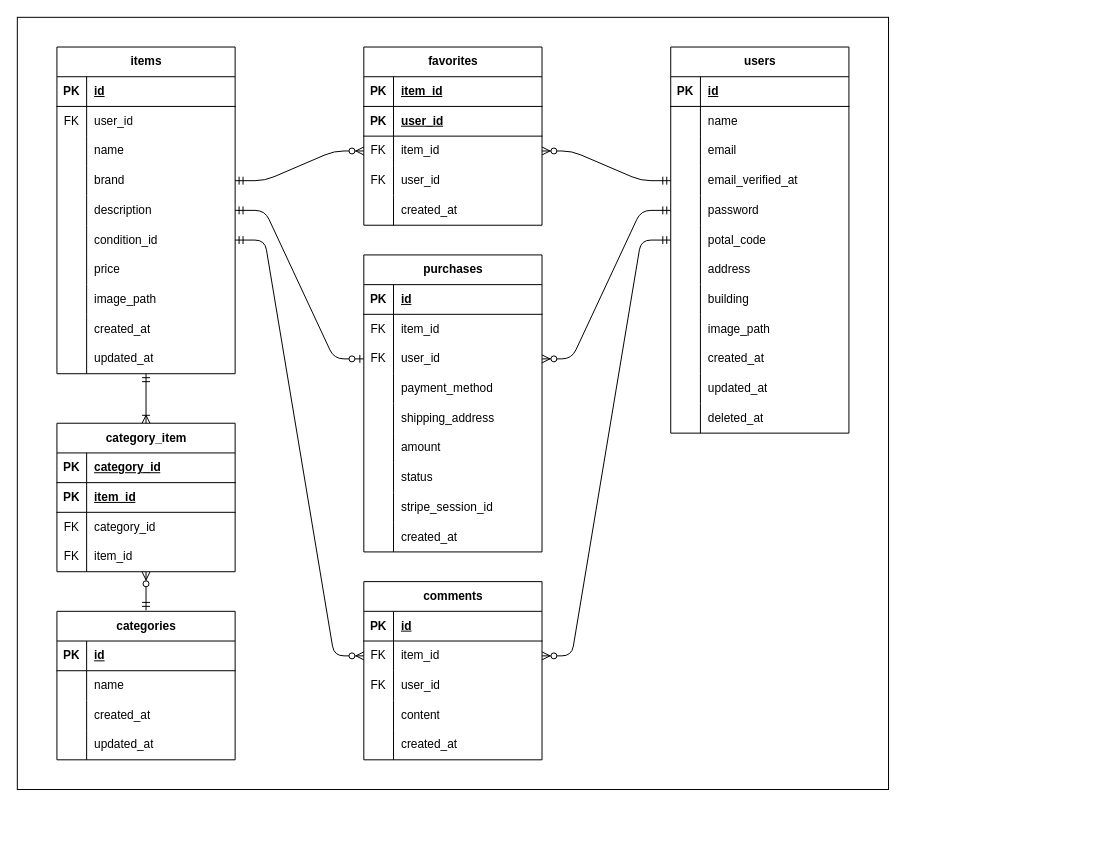
Before: src/furima.drawio in K-RKY/coachtech-furima, a draw.io diagram. Source tidied: cells renumbered, new cells numbered last; positions are measured from the earlier drawing's top-left corner, leaving out a move shared by most shapes. Both pictures are drawn from the tidied source at 99%, with x=0, y=0 at pixel (17, 17).
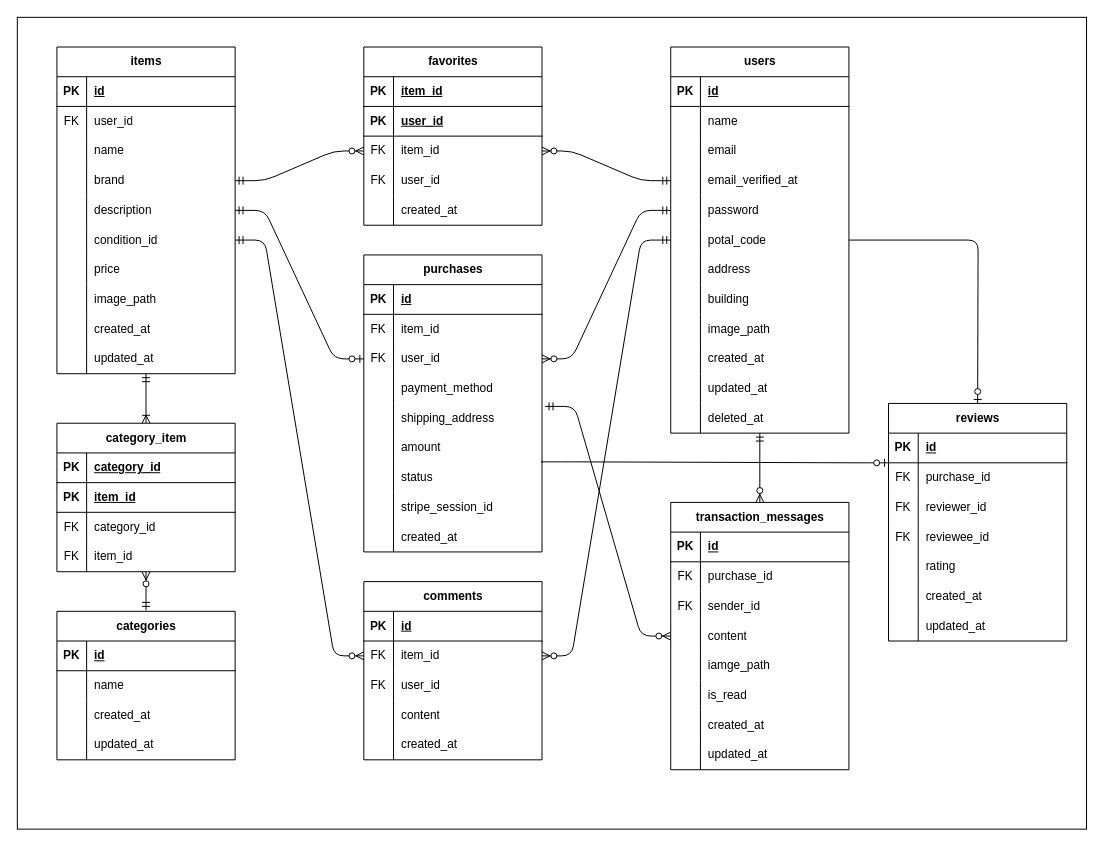
The same page after the edit.

Unchanged cells that the change refers to:
```xml
<mxCell id="19" style="shape=tableRow;horizontal=0;startSize=0;swimlaneHead=0;swimlaneBody=0;fillColor=none;points=[[0,0.5],[1,0.5]];portConstraint=eastwest;top=0;left=0;right=0;bottom=0;" parent="3" vertex="1">
  <mxGeometry y="180" width="180" height="30" as="geometry" />
</mxCell>
<mxCell id="37" style="shape=tableRow;horizontal=0;startSize=0;swimlaneHead=0;swimlaneBody=0;fillColor=none;points=[[0,0.5],[1,0.5]];portConstraint=eastwest;top=0;left=0;right=0;bottom=0;" parent="3" vertex="1">
  <mxGeometry y="360" width="180" height="30" as="geometry" />
</mxCell>
<mxCell id="84" style="shape=tableRow;horizontal=0;startSize=0;swimlaneHead=0;swimlaneBody=0;fillColor=none;points=[[0,0.5],[1,0.5]];portConstraint=eastwest;top=0;left=0;right=0;bottom=0;" parent="71" vertex="1">
  <mxGeometry y="150" width="180" height="30" as="geometry" />
</mxCell>
<mxCell id="90" style="shape=tableRow;horizontal=0;startSize=0;swimlaneHead=0;swimlaneBody=0;fillColor=none;points=[[0,0.5],[1,0.5]];portConstraint=eastwest;top=0;left=0;right=0;bottom=0;" parent="71" vertex="1">
  <mxGeometry y="210" width="180" height="30" as="geometry" />
</mxCell>
```

Change to the diagram source:
```diff
@@
     <mxCell id="2" style="rounded=0;whiteSpace=wrap;html=1;" parent="1" vertex="1">
-      <mxGeometry width="880" height="780" as="geometry" />
+      <mxGeometry width="1080" height="820" as="geometry" />
     </mxCell>
@@
+    <mxCell id="165" value="transaction_messages" style="shape=table;startSize=30;childLayout=tableLayout;rowLines=0;fontStyle=1;align=center;html=1;" parent="1" vertex="1">
+      <mxGeometry x="660" y="490" width="180" height="270" as="geometry" />
+    </mxCell>
+    <mxCell id="166" style="shape=tableRow;horizontal=0;startSize=0;swimlaneHead=0;swimlaneBody=0;fillColor=none;top=0;left=0;right=0;bottom=1;" parent="165" vertex="1">
+      <mxGeometry y="30" width="180" height="30" as="geometry" />
+    </mxCell>
+    <mxCell id="167" value="PK" style="shape=partialRectangle;fillColor=none;top=0;left=0;bottom=0;right=0;fontStyle=1;overflow=hidden;whiteSpace=wrap;html=1;" parent="166" vertex="1">
+      <mxGeometry width="30" height="30" as="geometry" />
+    </mxCell>
+    <mxCell id="168" value="id" style="shape=partialRectangle;fillColor=none;top=0;left=0;bottom=0;right=0;align=left;spacingLeft=6;fontStyle=5;overflow=hidden;whiteSpace=wrap;html=1;" parent="166" vertex="1">
+      <mxGeometry x="30" width="150" height="30" as="geometry" />
+    </mxCell>
+    <mxCell id="169" style="shape=tableRow;horizontal=0;startSize=0;swimlaneHead=0;swimlaneBody=0;fillColor=none;top=0;left=0;right=0;bottom=0;" parent="165" vertex="1">
+      <mxGeometry y="60" width="180" height="30" as="geometry" />
+    </mxCell>
+    <mxCell id="170" value="FK" style="shape=partialRectangle;fillColor=none;top=0;left=0;bottom=0;right=0;overflow=hidden;whiteSpace=wrap;html=1;" parent="169" vertex="1">
+      <mxGeometry width="30" height="30" as="geometry" />
+    </mxCell>
+    <mxCell id="171" value="purchase_id" style="shape=partialRectangle;fillColor=none;top=0;left=0;bottom=0;right=0;align=left;spacingLeft=6;overflow=hidden;whiteSpace=wrap;html=1;" parent="169" vertex="1">
+      <mxGeometry x="30" width="150" height="30" as="geometry" />
+    </mxCell>
+    <mxCell id="172" style="shape=tableRow;horizontal=0;startSize=0;swimlaneHead=0;swimlaneBody=0;fillColor=none;top=0;left=0;right=0;bottom=0;" parent="165" vertex="1">
+      <mxGeometry y="90" width="180" height="30" as="geometry" />
+    </mxCell>
+    <mxCell id="173" value="FK" style="shape=partialRectangle;fillColor=none;top=0;left=0;bottom=0;right=0;overflow=hidden;whiteSpace=wrap;html=1;" parent="172" vertex="1">
+      <mxGeometry width="30" height="30" as="geometry" />
+    </mxCell>
+    <mxCell id="174" value="sender_id" style="shape=partialRectangle;fillColor=none;top=0;left=0;bottom=0;right=0;align=left;spacingLeft=6;overflow=hidden;whiteSpace=wrap;html=1;" parent="172" vertex="1">
+      <mxGeometry x="30" width="150" height="30" as="geometry" />
+    </mxCell>
+    <mxCell id="175" style="shape=tableRow;horizontal=0;startSize=0;swimlaneHead=0;swimlaneBody=0;fillColor=none;points=[[0,0.5],[1,0.5]];portConstraint=eastwest;top=0;left=0;right=0;bottom=0;" parent="165" vertex="1">
+      <mxGeometry y="120" width="180" height="30" as="geometry" />
+    </mxCell>
+    <mxCell id="176" style="shape=partialRectangle;fillColor=none;top=0;left=0;bottom=0;right=0;overflow=hidden;whiteSpace=wrap;html=1;" parent="175" vertex="1">
+      <mxGeometry width="30" height="30" as="geometry" />
+    </mxCell>
+    <mxCell id="177" value="content" style="shape=partialRectangle;fillColor=none;top=0;left=0;bottom=0;right=0;align=left;spacingLeft=6;overflow=hidden;whiteSpace=wrap;html=1;" parent="175" vertex="1">
+      <mxGeometry x="30" width="150" height="30" as="geometry" />
+    </mxCell>
+    <mxCell id="178" style="shape=tableRow;horizontal=0;startSize=0;swimlaneHead=0;swimlaneBody=0;fillColor=none;top=0;left=0;right=0;bottom=0;" parent="165" vertex="1">
+      <mxGeometry y="150" width="180" height="30" as="geometry" />
+    </mxCell>
+    <mxCell id="179" style="shape=partialRectangle;fillColor=none;top=0;left=0;bottom=0;right=0;overflow=hidden;whiteSpace=wrap;html=1;" parent="178" vertex="1">
+      <mxGeometry width="30" height="30" as="geometry" />
+    </mxCell>
+    <mxCell id="180" value="iamge_path" style="shape=partialRectangle;fillColor=none;top=0;left=0;bottom=0;right=0;align=left;spacingLeft=6;overflow=hidden;whiteSpace=wrap;html=1;" parent="178" vertex="1">
+      <mxGeometry x="30" width="150" height="30" as="geometry" />
+    </mxCell>
+    <mxCell id="181" style="shape=tableRow;horizontal=0;startSize=0;swimlaneHead=0;swimlaneBody=0;fillColor=none;top=0;left=0;right=0;bottom=0;" parent="165" vertex="1">
+      <mxGeometry y="180" width="180" height="30" as="geometry" />
+    </mxCell>
+    <mxCell id="182" style="shape=partialRectangle;fillColor=none;top=0;left=0;bottom=0;right=0;overflow=hidden;whiteSpace=wrap;html=1;" parent="181" vertex="1">
+      <mxGeometry width="30" height="30" as="geometry" />
+    </mxCell>
+    <mxCell id="183" value="is_read" style="shape=partialRectangle;fillColor=none;top=0;left=0;bottom=0;right=0;align=left;spacingLeft=6;overflow=hidden;whiteSpace=wrap;html=1;" parent="181" vertex="1">
+      <mxGeometry x="30" width="150" height="30" as="geometry" />
+    </mxCell>
+    <mxCell id="184" style="shape=tableRow;horizontal=0;startSize=0;swimlaneHead=0;swimlaneBody=0;fillColor=none;top=0;left=0;right=0;bottom=0;" parent="165" vertex="1">
+      <mxGeometry y="210" width="180" height="30" as="geometry" />
+    </mxCell>
+    <mxCell id="185" style="shape=partialRectangle;fillColor=none;top=0;left=0;bottom=0;right=0;overflow=hidden;whiteSpace=wrap;html=1;" parent="184" vertex="1">
+      <mxGeometry width="30" height="30" as="geometry" />
+    </mxCell>
+    <mxCell id="186" value="created_at" style="shape=partialRectangle;fillColor=none;top=0;left=0;bottom=0;right=0;align=left;spacingLeft=6;overflow=hidden;whiteSpace=wrap;html=1;" parent="184" vertex="1">
+      <mxGeometry x="30" width="150" height="30" as="geometry" />
+    </mxCell>
+    <mxCell id="187" style="shape=tableRow;horizontal=0;startSize=0;swimlaneHead=0;swimlaneBody=0;fillColor=none;top=0;left=0;right=0;bottom=0;" parent="165" vertex="1">
+      <mxGeometry y="240" width="180" height="30" as="geometry" />
+    </mxCell>
+    <mxCell id="188" style="shape=partialRectangle;fillColor=none;top=0;left=0;bottom=0;right=0;overflow=hidden;whiteSpace=wrap;html=1;" parent="187" vertex="1">
+      <mxGeometry width="30" height="30" as="geometry" />
+    </mxCell>
+    <mxCell id="189" value="updated_at" style="shape=partialRectangle;fillColor=none;top=0;left=0;bottom=0;right=0;align=left;spacingLeft=6;overflow=hidden;whiteSpace=wrap;html=1;" parent="187" vertex="1">
+      <mxGeometry x="30" width="150" height="30" as="geometry" />
+    </mxCell>
+    <mxCell id="190" value="reviews" style="shape=table;startSize=30;childLayout=tableLayout;rowLines=0;fontStyle=1;align=center;html=1;" parent="1" vertex="1">
+      <mxGeometry x="880" y="390" width="180" height="240" as="geometry" />
+    </mxCell>
+    <mxCell id="191" style="shape=tableRow;horizontal=0;startSize=0;swimlaneHead=0;swimlaneBody=0;fillColor=none;top=0;left=0;right=0;bottom=1;" parent="190" vertex="1">
+      <mxGeometry y="30" width="180" height="30" as="geometry" />
+    </mxCell>
+    <mxCell id="192" value="PK" style="shape=partialRectangle;fillColor=none;top=0;left=0;bottom=0;right=0;fontStyle=1;overflow=hidden;whiteSpace=wrap;html=1;" parent="191" vertex="1">
+      <mxGeometry width="30" height="30" as="geometry" />
+    </mxCell>
+    <mxCell id="193" value="id" style="shape=partialRectangle;fillColor=none;top=0;left=0;bottom=0;right=0;align=left;spacingLeft=6;fontStyle=5;overflow=hidden;whiteSpace=wrap;html=1;" parent="191" vertex="1">
+      <mxGeometry x="30" width="150" height="30" as="geometry" />
+    </mxCell>
+    <mxCell id="194" style="shape=tableRow;horizontal=0;startSize=0;swimlaneHead=0;swimlaneBody=0;fillColor=none;points=[[0,0.5],[1,0.5]];portConstraint=eastwest;top=0;left=0;right=0;bottom=0;" parent="190" vertex="1">
+      <mxGeometry y="60" width="180" height="30" as="geometry" />
+    </mxCell>
+    <mxCell id="195" value="FK" style="shape=partialRectangle;fillColor=none;top=0;left=0;bottom=0;right=0;overflow=hidden;whiteSpace=wrap;html=1;" parent="194" vertex="1">
+      <mxGeometry width="30" height="30" as="geometry" />
+    </mxCell>
+    <mxCell id="196" value="purchase_id" style="shape=partialRectangle;fillColor=none;top=0;left=0;bottom=0;right=0;align=left;spacingLeft=6;overflow=hidden;whiteSpace=wrap;html=1;" parent="194" vertex="1">
+      <mxGeometry x="30" width="150" height="30" as="geometry" />
+    </mxCell>
+    <mxCell id="197" style="shape=tableRow;horizontal=0;startSize=0;swimlaneHead=0;swimlaneBody=0;fillColor=none;top=0;left=0;right=0;bottom=0;" parent="190" vertex="1">
+      <mxGeometry y="90" width="180" height="30" as="geometry" />
+    </mxCell>
+    <mxCell id="198" value="FK" style="shape=partialRectangle;fillColor=none;top=0;left=0;bottom=0;right=0;overflow=hidden;whiteSpace=wrap;html=1;" parent="197" vertex="1">
+      <mxGeometry width="30" height="30" as="geometry" />
+    </mxCell>
+    <mxCell id="199" value="reviewer_id" style="shape=partialRectangle;fillColor=none;top=0;left=0;bottom=0;right=0;align=left;spacingLeft=6;overflow=hidden;whiteSpace=wrap;html=1;" parent="197" vertex="1">
+      <mxGeometry x="30" width="150" height="30" as="geometry" />
+    </mxCell>
+    <mxCell id="200" style="shape=tableRow;horizontal=0;startSize=0;swimlaneHead=0;swimlaneBody=0;fillColor=none;top=0;left=0;right=0;bottom=0;" parent="190" vertex="1">
+      <mxGeometry y="120" width="180" height="30" as="geometry" />
+    </mxCell>
+    <mxCell id="201" value="FK" style="shape=partialRectangle;fillColor=none;top=0;left=0;bottom=0;right=0;overflow=hidden;whiteSpace=wrap;html=1;" parent="200" vertex="1">
+      <mxGeometry width="30" height="30" as="geometry" />
+    </mxCell>
+    <mxCell id="202" value="reviewee_id" style="shape=partialRectangle;fillColor=none;top=0;left=0;bottom=0;right=0;align=left;spacingLeft=6;overflow=hidden;whiteSpace=wrap;html=1;" parent="200" vertex="1">
+      <mxGeometry x="30" width="150" height="30" as="geometry" />
+    </mxCell>
+    <mxCell id="203" style="shape=tableRow;horizontal=0;startSize=0;swimlaneHead=0;swimlaneBody=0;fillColor=none;top=0;left=0;right=0;bottom=0;" parent="190" vertex="1">
+      <mxGeometry y="150" width="180" height="30" as="geometry" />
+    </mxCell>
+    <mxCell id="204" style="shape=partialRectangle;fillColor=none;top=0;left=0;bottom=0;right=0;overflow=hidden;whiteSpace=wrap;html=1;" parent="203" vertex="1">
+      <mxGeometry width="30" height="30" as="geometry" />
+    </mxCell>
+    <mxCell id="205" value="rating" style="shape=partialRectangle;fillColor=none;top=0;left=0;bottom=0;right=0;align=left;spacingLeft=6;overflow=hidden;whiteSpace=wrap;html=1;" parent="203" vertex="1">
+      <mxGeometry x="30" width="150" height="30" as="geometry" />
+    </mxCell>
+    <mxCell id="206" style="shape=tableRow;horizontal=0;startSize=0;swimlaneHead=0;swimlaneBody=0;fillColor=none;top=0;left=0;right=0;bottom=0;" parent="190" vertex="1">
+      <mxGeometry y="180" width="180" height="30" as="geometry" />
+    </mxCell>
+    <mxCell id="207" style="shape=partialRectangle;fillColor=none;top=0;left=0;bottom=0;right=0;overflow=hidden;whiteSpace=wrap;html=1;" parent="206" vertex="1">
+      <mxGeometry width="30" height="30" as="geometry" />
+    </mxCell>
+    <mxCell id="208" value="created_at" style="shape=partialRectangle;fillColor=none;top=0;left=0;bottom=0;right=0;align=left;spacingLeft=6;overflow=hidden;whiteSpace=wrap;html=1;" parent="206" vertex="1">
+      <mxGeometry x="30" width="150" height="30" as="geometry" />
+    </mxCell>
+    <mxCell id="209" style="shape=tableRow;horizontal=0;startSize=0;swimlaneHead=0;swimlaneBody=0;fillColor=none;top=0;left=0;right=0;bottom=0;" parent="190" vertex="1">
+      <mxGeometry y="210" width="180" height="30" as="geometry" />
+    </mxCell>
+    <mxCell id="210" style="shape=partialRectangle;fillColor=none;top=0;left=0;bottom=0;right=0;overflow=hidden;whiteSpace=wrap;html=1;" parent="209" vertex="1">
+      <mxGeometry width="30" height="30" as="geometry" />
+    </mxCell>
+    <mxCell id="211" value="updated_at" style="shape=partialRectangle;fillColor=none;top=0;left=0;bottom=0;right=0;align=left;spacingLeft=6;overflow=hidden;whiteSpace=wrap;html=1;" parent="209" vertex="1">
+      <mxGeometry x="30" width="150" height="30" as="geometry" />
+    </mxCell>
+    <mxCell id="212" style="fontSize=12;html=1;endArrow=ERzeroToMany;startArrow=ERmandOne;entryX=0.5;entryY=0;entryDx=0;entryDy=0;exitX=0.5;exitY=1;exitDx=0;exitDy=0;exitPerimeter=0;" parent="1" edge="1" source="37" target="165">
+      <mxGeometry relative="1" as="geometry" />
+    </mxCell>
+    <mxCell id="213" style="edgeStyle=orthogonalEdgeStyle;fontSize=12;html=1;endArrow=ERzeroToOne;endFill=1;exitX=1;exitY=0.5;exitDx=0;exitDy=0;" parent="1" edge="1" source="19">
+      <mxGeometry relative="1" as="geometry">
+        <mxPoint x="970" y="390" as="targetPoint" />
+      </mxGeometry>
+    </mxCell>
+    <mxCell id="214" style="edgeStyle=entityRelationEdgeStyle;fontSize=12;html=1;endArrow=ERzeroToMany;startArrow=ERmandOne;exitX=1.017;exitY=0.1;exitDx=0;exitDy=0;exitPerimeter=0;entryX=0;entryY=0.5;entryDx=0;entryDy=0;" parent="1" edge="1" source="84" target="175">
+      <mxGeometry relative="1" as="geometry" />
+    </mxCell>
+    <mxCell id="215" style="edgeStyle=entityRelationEdgeStyle;fontSize=12;html=1;endArrow=ERzeroToOne;endFill=1;exitX=0.994;exitY=-0.033;exitDx=0;exitDy=0;exitPerimeter=0;entryX=0;entryY=0;entryDx=0;entryDy=0;entryPerimeter=0;" parent="1" edge="1" source="90" target="194">
+      <mxGeometry relative="1" as="geometry" />
+    </mxCell>
```
